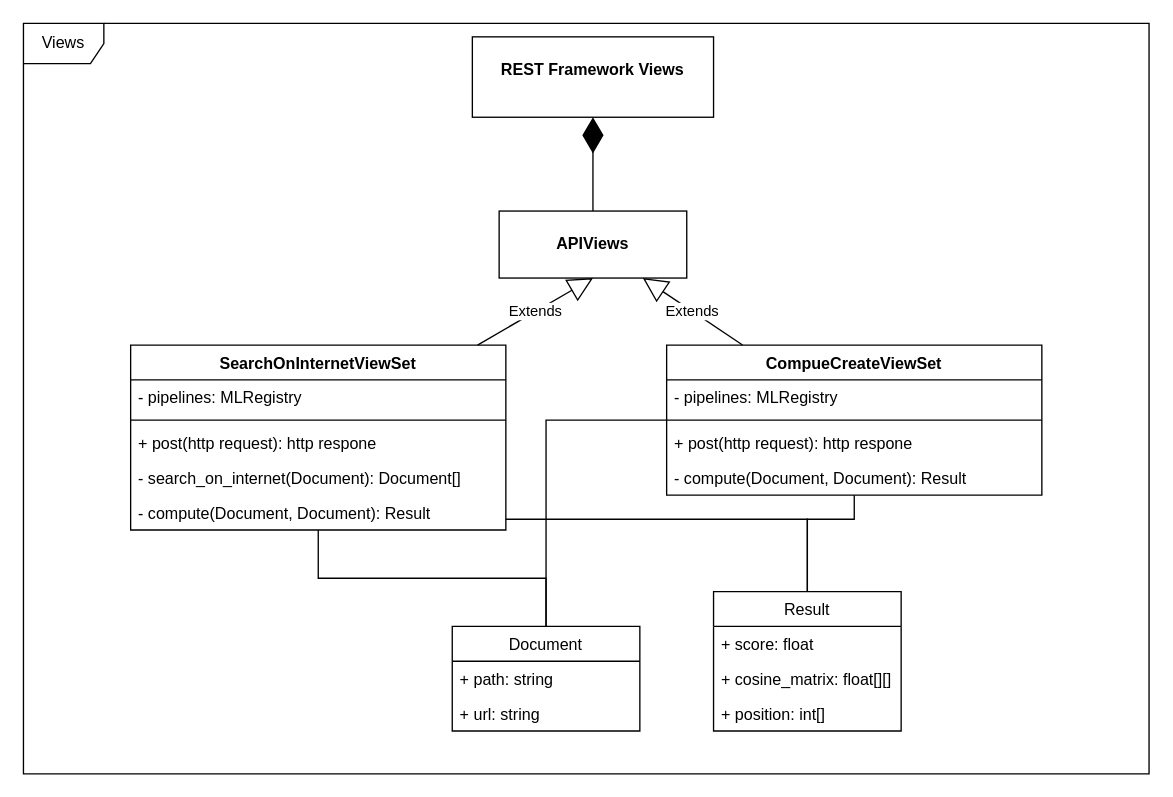
The draw.io diagram Views Diagram.drawio in npsang/django-ml-server, before the edit. Source tidied: cells renumbered, new cells numbered last; positions are measured from the earlier drawing's top-left corner, leaving out a move shared by most shapes. Both pictures are drawn from the tidied source at 134%, with x=0, y=0 at pixel (23, 23).
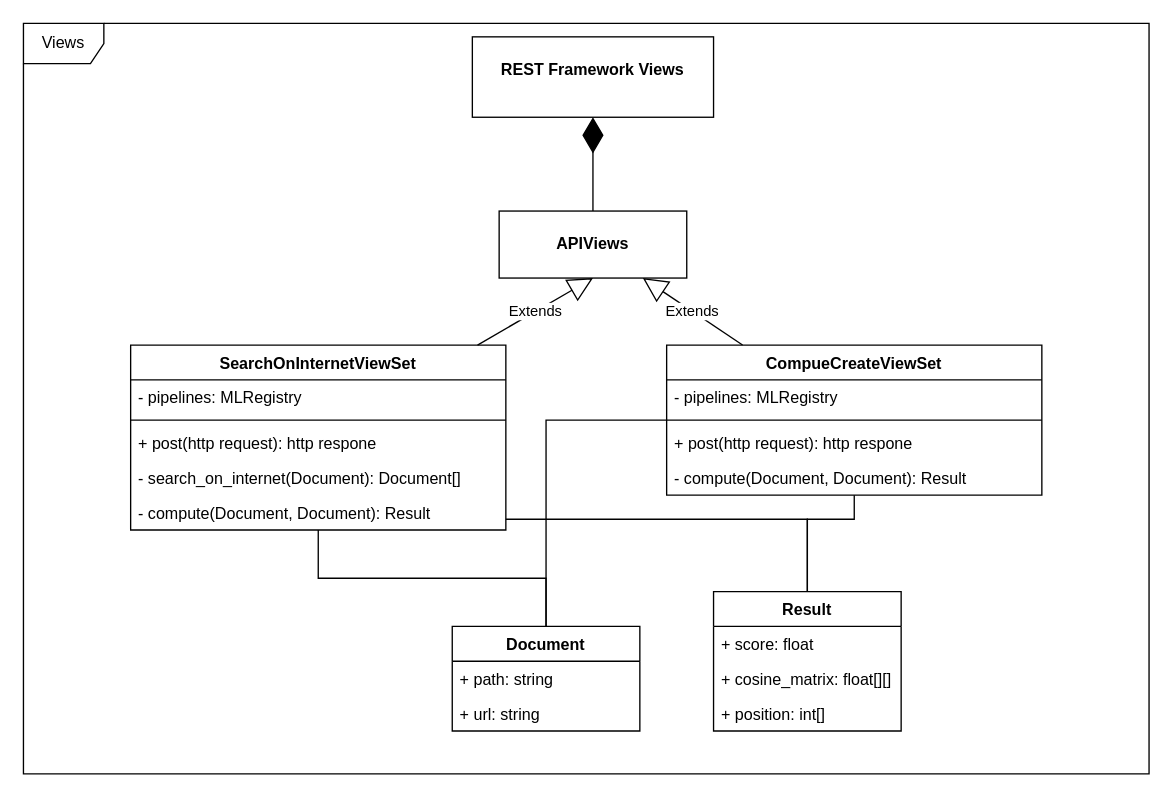
The same diagram, later.

Change to the diagram source:
```diff
@@
-    <mxCell id="17" value="Document" style="swimlane;fontStyle=0;horizontal=1;startSize=26;fillColor=none;" parent="1" vertex="1">
+    <mxCell id="17" value="Document" style="swimlane;fontStyle=1;horizontal=1;startSize=26;fillColor=none;" parent="1" vertex="1">
       <mxGeometry x="320" y="450" width="140" height="78" as="geometry" />
     </mxCell>
@@
-    <mxCell id="20" value="Result" style="swimlane;fontStyle=0;horizontal=1;startSize=26;fillColor=none;" parent="1" vertex="1">
+    <mxCell id="20" value="Result" style="swimlane;fontStyle=1;horizontal=1;startSize=26;fillColor=none;" parent="1" vertex="1">
       <mxGeometry x="515" y="424" width="140" height="104" as="geometry" />
     </mxCell>
```
